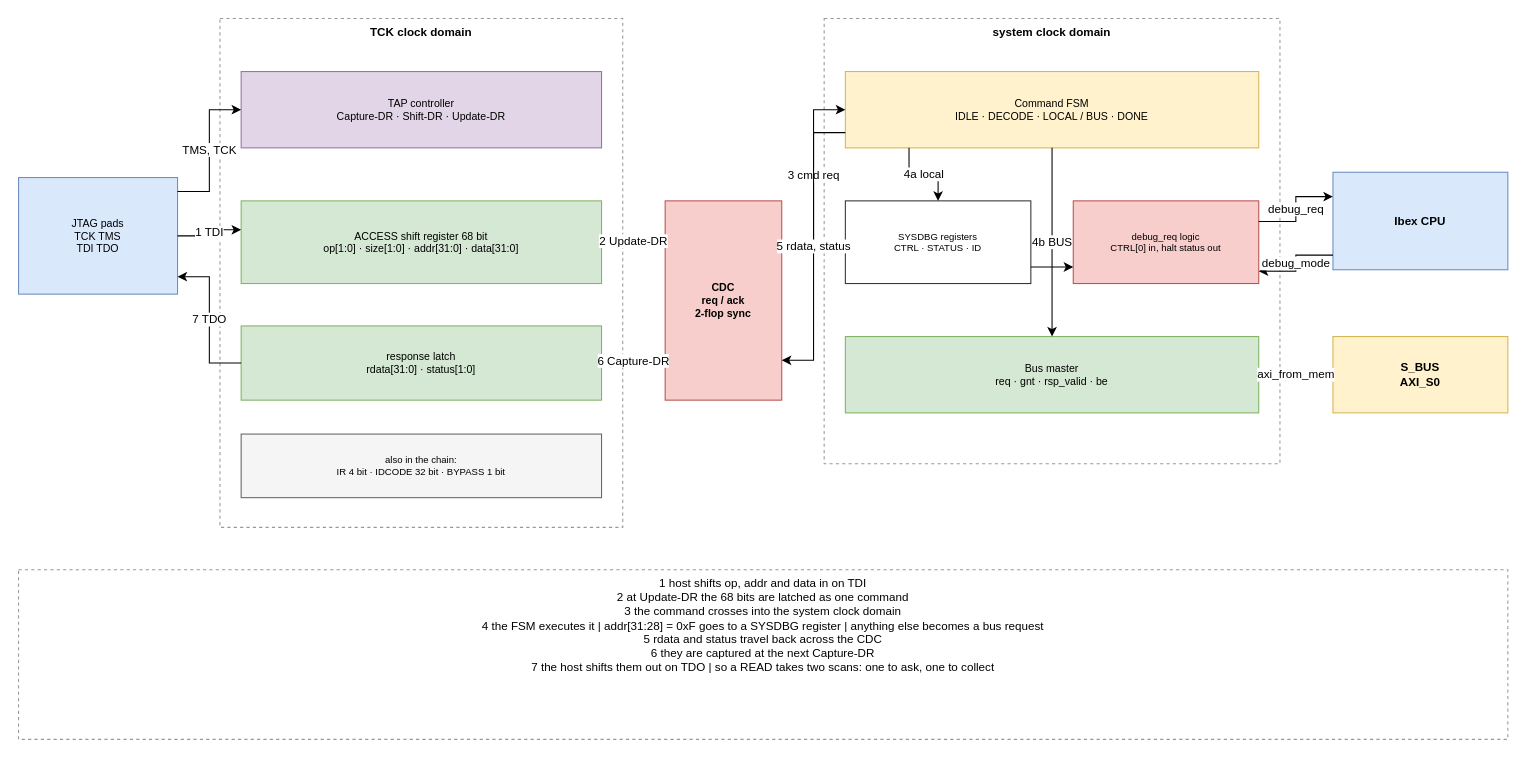
This is page "SYSDBG internal structure" (1 of 5) of doc/drawio/QNSC_SYSDBG_Design.drawio from quynhonsemiconductor/vlsi_deep_training, a draw.io file, before an edit. Source tidied: cells renumbered, new cells numbered last; positions are measured from the earlier drawing's top-left corner, leaving out a move shared by most shapes. Both pictures are drawn from the tidied source at 106%, with x=0, y=0 at pixel (18, 18).
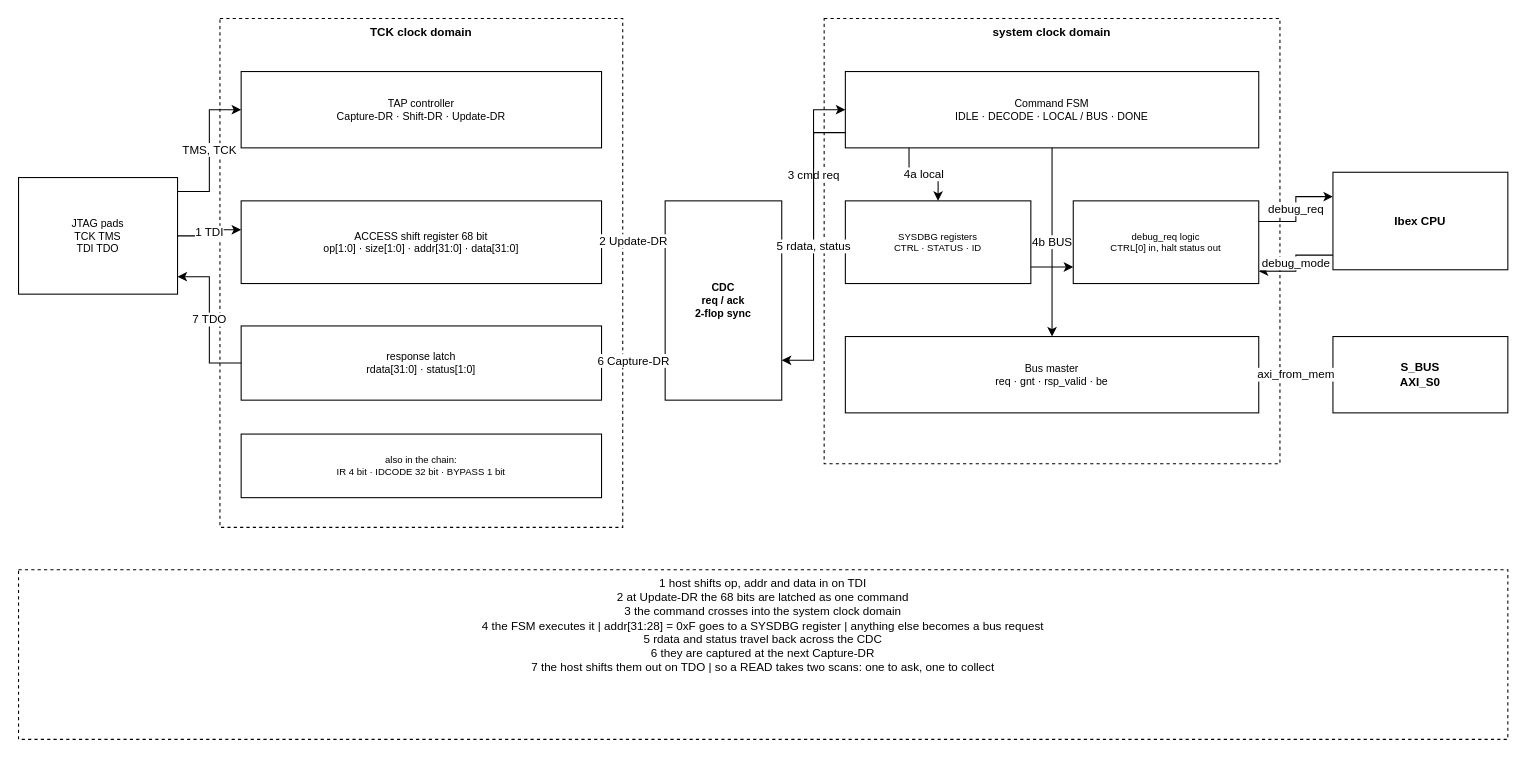
The same page after the edit.

The edit, as a diff of the source:
```diff
@@
-    <mxCell id="2" value="JTAG pads&#10;TCK  TMS&#10;TDI  TDO" style="rounded=0;whiteSpace=wrap;html=1;fillColor=#dae8fc;strokeColor=#6c8ebf;fontSize=10;dashed=0;verticalAlign=middle;" parent="1" vertex="1">
+    <mxCell id="2" value="JTAG pads&#10;TCK  TMS&#10;TDI  TDO" style="rounded=0;whiteSpace=wrap;html=1;fillColor=#ffffff;strokeColor=#000000;fontSize=10;dashed=0;verticalAlign=middle;" parent="1" vertex="1">
       <mxGeometry y="150" width="150" height="110" as="geometry" />
     </mxCell>
-    <mxCell id="3" value="TCK clock domain" style="rounded=0;whiteSpace=wrap;html=1;fillColor=none;strokeColor=#999999;fontSize=11;dashed=1;fontStyle=1;verticalAlign=top;" parent="1" vertex="1">
+    <mxCell id="3" value="TCK clock domain" style="rounded=0;whiteSpace=wrap;html=1;fillColor=none;strokeColor=#000000;fontSize=11;dashed=1;fontStyle=1;verticalAlign=top;" parent="1" vertex="1">
       <mxGeometry x="190" width="380" height="480" as="geometry" />
     </mxCell>
-    <mxCell id="4" value="TAP controller&#10;Capture-DR · Shift-DR · Update-DR" style="rounded=0;whiteSpace=wrap;html=1;fillColor=#e1d5e7;strokeColor=#9673a6;fontSize=10;dashed=0;verticalAlign=middle;" parent="1" vertex="1">
+    <mxCell id="4" value="TAP controller&#10;Capture-DR · Shift-DR · Update-DR" style="rounded=0;whiteSpace=wrap;html=1;fillColor=#ffffff;strokeColor=#000000;fontSize=10;dashed=0;verticalAlign=middle;" parent="1" vertex="1">
       <mxGeometry x="210" y="50" width="340" height="72" as="geometry" />
     </mxCell>
-    <mxCell id="5" value="ACCESS shift register  68 bit&#10;op[1:0] · size[1:0] · addr[31:0] · data[31:0]" style="rounded=0;whiteSpace=wrap;html=1;fillColor=#d5e8d4;strokeColor=#82b366;fontSize=10;dashed=0;verticalAlign=middle;" parent="1" vertex="1">
+    <mxCell id="5" value="ACCESS shift register  68 bit&#10;op[1:0] · size[1:0] · addr[31:0] · data[31:0]" style="rounded=0;whiteSpace=wrap;html=1;fillColor=#ffffff;strokeColor=#000000;fontSize=10;dashed=0;verticalAlign=middle;" parent="1" vertex="1">
       <mxGeometry x="210" y="172" width="340" height="78" as="geometry" />
     </mxCell>
-    <mxCell id="6" value="response latch&#10;rdata[31:0] · status[1:0]" style="rounded=0;whiteSpace=wrap;html=1;fillColor=#d5e8d4;strokeColor=#82b366;fontSize=10;dashed=0;verticalAlign=middle;" parent="1" vertex="1">
+    <mxCell id="6" value="response latch&#10;rdata[31:0] · status[1:0]" style="rounded=0;whiteSpace=wrap;html=1;fillColor=#ffffff;strokeColor=#000000;fontSize=10;dashed=0;verticalAlign=middle;" parent="1" vertex="1">
       <mxGeometry x="210" y="290" width="340" height="70" as="geometry" />
     </mxCell>
-    <mxCell id="7" value="also in the chain:&#10;IR 4 bit · IDCODE 32 bit · BYPASS 1 bit" style="rounded=0;whiteSpace=wrap;html=1;fillColor=#f5f5f5;strokeColor=#666666;fontSize=9;dashed=0;verticalAlign=middle;" parent="1" vertex="1">
+    <mxCell id="7" value="also in the chain:&#10;IR 4 bit · IDCODE 32 bit · BYPASS 1 bit" style="rounded=0;whiteSpace=wrap;html=1;fillColor=#ffffff;strokeColor=#000000;fontSize=9;dashed=0;verticalAlign=middle;" parent="1" vertex="1">
       <mxGeometry x="210" y="392" width="340" height="60" as="geometry" />
     </mxCell>
-    <mxCell id="8" value="CDC&#10;req / ack&#10;2-flop sync" style="rounded=0;whiteSpace=wrap;html=1;fillColor=#f8cecc;strokeColor=#b85450;fontSize=10;dashed=0;fontStyle=1;verticalAlign=middle;" parent="1" vertex="1">
+    <mxCell id="8" value="CDC&#10;req / ack&#10;2-flop sync" style="rounded=0;whiteSpace=wrap;html=1;fillColor=#ffffff;strokeColor=#000000;fontSize=10;dashed=0;fontStyle=1;verticalAlign=middle;" parent="1" vertex="1">
       <mxGeometry x="610" y="172" width="110" height="188" as="geometry" />
     </mxCell>
-    <mxCell id="9" value="system clock domain" style="rounded=0;whiteSpace=wrap;html=1;fillColor=none;strokeColor=#999999;fontSize=11;dashed=1;fontStyle=1;verticalAlign=top;" parent="1" vertex="1">
+    <mxCell id="9" value="system clock domain" style="rounded=0;whiteSpace=wrap;html=1;fillColor=none;strokeColor=#000000;fontSize=11;dashed=1;fontStyle=1;verticalAlign=top;" parent="1" vertex="1">
       <mxGeometry x="760" width="430" height="420" as="geometry" />
     </mxCell>
-    <mxCell id="10" value="Command FSM&#10;IDLE · DECODE · LOCAL / BUS · DONE" style="rounded=0;whiteSpace=wrap;html=1;fillColor=#fff2cc;strokeColor=#d6b656;fontSize=10;dashed=0;verticalAlign=middle;" parent="1" vertex="1">
+    <mxCell id="10" value="Command FSM&#10;IDLE · DECODE · LOCAL / BUS · DONE" style="rounded=0;whiteSpace=wrap;html=1;fillColor=#ffffff;strokeColor=#000000;fontSize=10;dashed=0;verticalAlign=middle;" parent="1" vertex="1">
       <mxGeometry x="780" y="50" width="390" height="72" as="geometry" />
     </mxCell>
-    <mxCell id="11" value="SYSDBG registers&#10;CTRL · STATUS · ID" style="rounded=0;whiteSpace=wrap;html=1;fillColor=#ffffff;strokeColor=#333333;fontSize=9;dashed=0;verticalAlign=middle;" parent="1" vertex="1">
+    <mxCell id="11" value="SYSDBG registers&#10;CTRL · STATUS · ID" style="rounded=0;whiteSpace=wrap;html=1;fillColor=#ffffff;strokeColor=#000000;fontSize=9;dashed=0;verticalAlign=middle;" parent="1" vertex="1">
       <mxGeometry x="780" y="172" width="175" height="78" as="geometry" />
     </mxCell>
-    <mxCell id="12" value="debug_req logic&#10;CTRL[0] in, halt status out" style="rounded=0;whiteSpace=wrap;html=1;fillColor=#f8cecc;strokeColor=#b85450;fontSize=9;dashed=0;verticalAlign=middle;" parent="1" vertex="1">
+    <mxCell id="12" value="debug_req logic&#10;CTRL[0] in, halt status out" style="rounded=0;whiteSpace=wrap;html=1;fillColor=#ffffff;strokeColor=#000000;fontSize=9;dashed=0;verticalAlign=middle;" parent="1" vertex="1">
       <mxGeometry x="995" y="172" width="175" height="78" as="geometry" />
     </mxCell>
-    <mxCell id="13" value="Bus master&#10;req · gnt · rsp_valid · be" style="rounded=0;whiteSpace=wrap;html=1;fillColor=#d5e8d4;strokeColor=#82b366;fontSize=10;dashed=0;verticalAlign=middle;" parent="1" vertex="1">
+    <mxCell id="13" value="Bus master&#10;req · gnt · rsp_valid · be" style="rounded=0;whiteSpace=wrap;html=1;fillColor=#ffffff;strokeColor=#000000;fontSize=10;dashed=0;verticalAlign=middle;" parent="1" vertex="1">
       <mxGeometry x="780" y="300" width="390" height="72" as="geometry" />
     </mxCell>
-    <mxCell id="14" value="Ibex CPU" style="rounded=0;whiteSpace=wrap;html=1;fillColor=#dae8fc;strokeColor=#6c8ebf;fontSize=11;dashed=0;fontStyle=1;verticalAlign=middle;" parent="1" vertex="1">
+    <mxCell id="14" value="Ibex CPU" style="rounded=0;whiteSpace=wrap;html=1;fillColor=#ffffff;strokeColor=#000000;fontSize=11;dashed=0;fontStyle=1;verticalAlign=middle;" parent="1" vertex="1">
       <mxGeometry x="1240" y="145" width="165" height="92" as="geometry" />
     </mxCell>
-    <mxCell id="15" value="S_BUS&#10;AXI_S0" style="rounded=0;whiteSpace=wrap;html=1;fillColor=#fff2cc;strokeColor=#d6b656;fontSize=11;dashed=0;fontStyle=1;verticalAlign=middle;" parent="1" vertex="1">
+    <mxCell id="15" value="S_BUS&#10;AXI_S0" style="rounded=0;whiteSpace=wrap;html=1;fillColor=#ffffff;strokeColor=#000000;fontSize=11;dashed=0;fontStyle=1;verticalAlign=middle;" parent="1" vertex="1">
       <mxGeometry x="1240" y="300" width="165" height="72" as="geometry" />
     </mxCell>
-    <mxCell id="16" value="1  host shifts op, addr and data in on TDI&#10;2  at Update-DR the 68 bits are latched as one command&#10;3  the command crosses into the system clock domain&#10;4  the FSM executes it  |  addr[31:28] = 0xF goes to a SYSDBG register  |  anything else becomes a bus request&#10;5  rdata and status travel back across the CDC&#10;6  they are captured at the next Capture-DR&#10;7  the host shifts them out on TDO  |  so a READ takes two scans: one to ask, one to collect" style="rounded=0;whiteSpace=wrap;html=1;fillColor=none;strokeColor=#999999;fontSize=11;dashed=1;verticalAlign=top;" parent="1" vertex="1">
+    <mxCell id="16" value="1  host shifts op, addr and data in on TDI&#10;2  at Update-DR the 68 bits are latched as one command&#10;3  the command crosses into the system clock domain&#10;4  the FSM executes it  |  addr[31:28] = 0xF goes to a SYSDBG register  |  anything else becomes a bus request&#10;5  rdata and status travel back across the CDC&#10;6  they are captured at the next Capture-DR&#10;7  the host shifts them out on TDO  |  so a READ takes two scans: one to ask, one to collect" style="rounded=0;whiteSpace=wrap;html=1;fillColor=none;strokeColor=#000000;fontSize=11;dashed=1;verticalAlign=top;" parent="1" vertex="1">
       <mxGeometry y="520" width="1405" height="160" as="geometry" />
     </mxCell>
```
